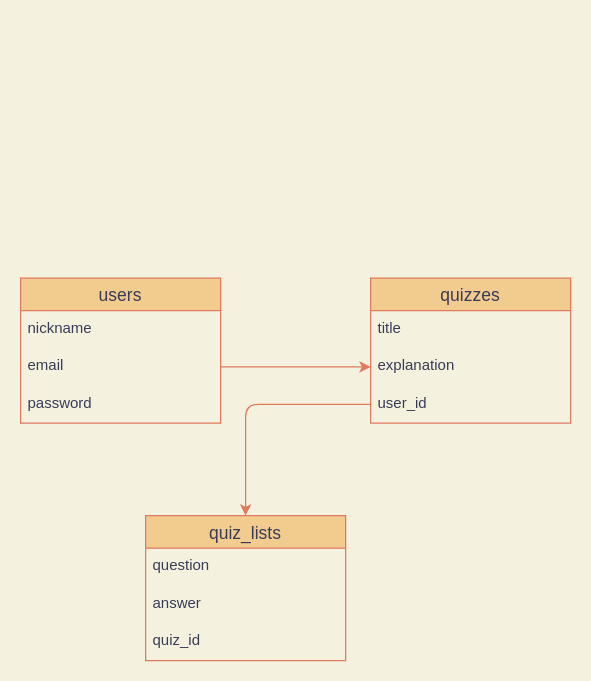
Earlier version of the draw.io diagram config/db.dio (t262g/your-typing). Source tidied: cells renumbered, new cells numbered last; positions are measured from the earlier drawing's top-left corner, leaving out a move shared by most shapes. Both pictures are drawn from the tidied source at 125%, with x=0, y=0 at pixel (20, 278).
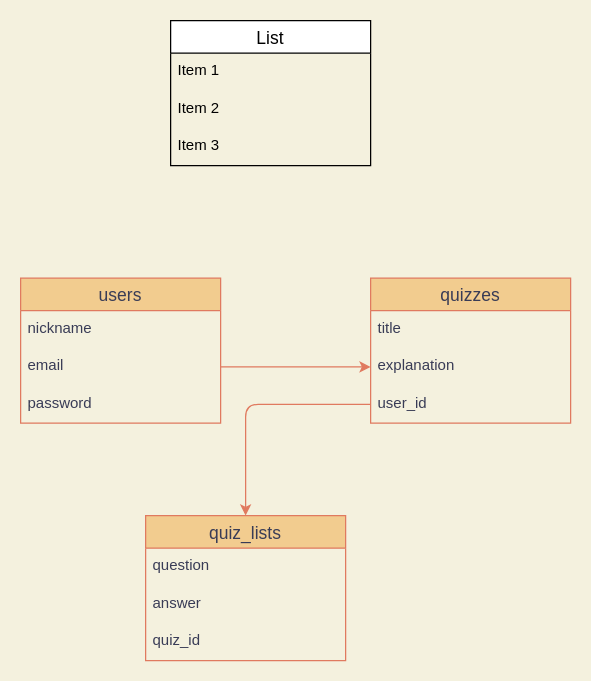
The same diagram, later.

What changed in the source:
```diff
@@
 <mxGraphModel background="#F4F1DE">
   <root>
     <mxCell id="0" />
     <mxCell id="1" parent="0" />
     <mxCell id="2" value="users" style="swimlane;fontStyle=0;horizontal=1;startSize=26;align=center;fontSize=14;fillColor=#F2CC8F;strokeColor=#E07A5F;fontColor=#393C56;" parent="1" vertex="1">
       <mxGeometry width="160" height="116" as="geometry" />
     </mxCell>
     <mxCell id="3" value="nickname" style="text;strokeColor=none;fillColor=none;spacingLeft=4;spacingRight=4;overflow=hidden;fontSize=12;fontColor=#393C56;" parent="2" vertex="1">
       <mxGeometry y="26" width="160" height="30" as="geometry" />
     </mxCell>
     <mxCell id="4" value="email" style="text;strokeColor=none;fillColor=none;spacingLeft=4;spacingRight=4;overflow=hidden;points=[[0,0.5],[1,0.5]];portConstraint=eastwest;fontSize=12;fontColor=#393C56;" parent="2" vertex="1">
       <mxGeometry y="56" width="160" height="30" as="geometry" />
     </mxCell>
     <mxCell id="5" value="password" style="text;strokeColor=none;fillColor=none;spacingLeft=4;spacingRight=4;overflow=hidden;fontSize=12;fontColor=#393C56;" parent="2" vertex="1">
       <mxGeometry y="86" width="160" height="30" as="geometry" />
     </mxCell>
     <mxCell id="6" value="quizzes" style="swimlane;fontStyle=0;horizontal=1;startSize=26;align=center;fontSize=14;fillColor=#F2CC8F;strokeColor=#E07A5F;fontColor=#393C56;" parent="1" vertex="1">
       <mxGeometry x="280" width="160" height="116" as="geometry" />
     </mxCell>
     <mxCell id="7" value="title" style="text;strokeColor=none;fillColor=none;spacingLeft=4;spacingRight=4;overflow=hidden;fontSize=12;fontColor=#393C56;" parent="6" vertex="1">
       <mxGeometry y="26" width="160" height="30" as="geometry" />
     </mxCell>
     <mxCell id="8" value="explanation" style="text;strokeColor=none;fillColor=none;spacingLeft=4;spacingRight=4;overflow=hidden;points=[[0,0.5],[1,0.5]];portConstraint=eastwest;fontSize=12;fontColor=#393C56;" parent="6" vertex="1">
       <mxGeometry y="56" width="160" height="30" as="geometry" />
     </mxCell>
     <mxCell id="9" value="user_id" style="text;strokeColor=none;fillColor=none;spacingLeft=4;spacingRight=4;overflow=hidden;points=[[0,0.5],[1,0.5]];portConstraint=eastwest;fontSize=12;fontColor=#393C56;" parent="6" vertex="1">
       <mxGeometry y="86" width="160" height="30" as="geometry" />
     </mxCell>
     <mxCell id="10" value="quiz_lists" style="swimlane;fontStyle=0;horizontal=1;startSize=26;align=center;fontSize=14;fillColor=#F2CC8F;strokeColor=#E07A5F;fontColor=#393C56;" parent="1" vertex="1">
       <mxGeometry x="100" y="190" width="160" height="116" as="geometry" />
     </mxCell>
     <mxCell id="11" value="question" style="text;strokeColor=none;fillColor=none;spacingLeft=4;spacingRight=4;overflow=hidden;fontSize=12;fontColor=#393C56;" parent="10" vertex="1">
       <mxGeometry y="26" width="160" height="30" as="geometry" />
     </mxCell>
     <mxCell id="12" value="answer" style="text;strokeColor=none;fillColor=none;spacingLeft=4;spacingRight=4;overflow=hidden;fontSize=12;fontColor=#393C56;" parent="10" vertex="1">
       <mxGeometry y="56" width="160" height="30" as="geometry" />
     </mxCell>
     <mxCell id="13" value="quiz_id" style="text;strokeColor=none;fillColor=none;spacingLeft=4;spacingRight=4;overflow=hidden;fontSize=12;fontColor=#393C56;" parent="10" vertex="1">
       <mxGeometry y="86" width="160" height="30" as="geometry" />
     </mxCell>
     <mxCell id="14" style="edgeStyle=orthogonalEdgeStyle;curved=0;rounded=1;sketch=0;jettySize=auto;html=1;exitX=1;exitY=0.5;exitDx=0;exitDy=0;entryX=0;entryY=0.5;entryDx=0;entryDy=0;strokeColor=#E07A5F;fillColor=#F2CC8F;fontColor=#393C56;" parent="1" edge="1" source="4" target="8">
       <mxGeometry relative="1" as="geometry" />
     </mxCell>
     <mxCell id="15" style="edgeStyle=orthogonalEdgeStyle;curved=0;rounded=1;sketch=0;jettySize=auto;html=1;exitX=0;exitY=0.5;exitDx=0;exitDy=0;strokeColor=#E07A5F;fillColor=#F2CC8F;fontColor=#393C56;" parent="1" edge="1" source="9" target="10">
       <mxGeometry relative="1" as="geometry" />
     </mxCell>
+    <mxCell id="16" value="List" style="swimlane;fontStyle=0;horizontal=1;startSize=26;align=center;fontSize=14;" parent="1" vertex="1">
+      <mxGeometry x="120" y="-206" width="160" height="116" as="geometry" />
+    </mxCell>
+    <mxCell id="17" value="Item 1" style="text;strokeColor=none;fillColor=none;spacingLeft=4;spacingRight=4;overflow=hidden;fontSize=12;" parent="16" vertex="1">
+      <mxGeometry y="26" width="160" height="30" as="geometry" />
+    </mxCell>
+    <mxCell id="18" value="Item 2" style="text;strokeColor=none;fillColor=none;spacingLeft=4;spacingRight=4;overflow=hidden;fontSize=12;" parent="16" vertex="1">
+      <mxGeometry y="56" width="160" height="30" as="geometry" />
+    </mxCell>
+    <mxCell id="19" value="Item 3" style="text;strokeColor=none;fillColor=none;spacingLeft=4;spacingRight=4;overflow=hidden;fontSize=12;" parent="16" vertex="1">
+      <mxGeometry y="86" width="160" height="30" as="geometry" />
+    </mxCell>
   </root>
 </mxGraphModel>
```
